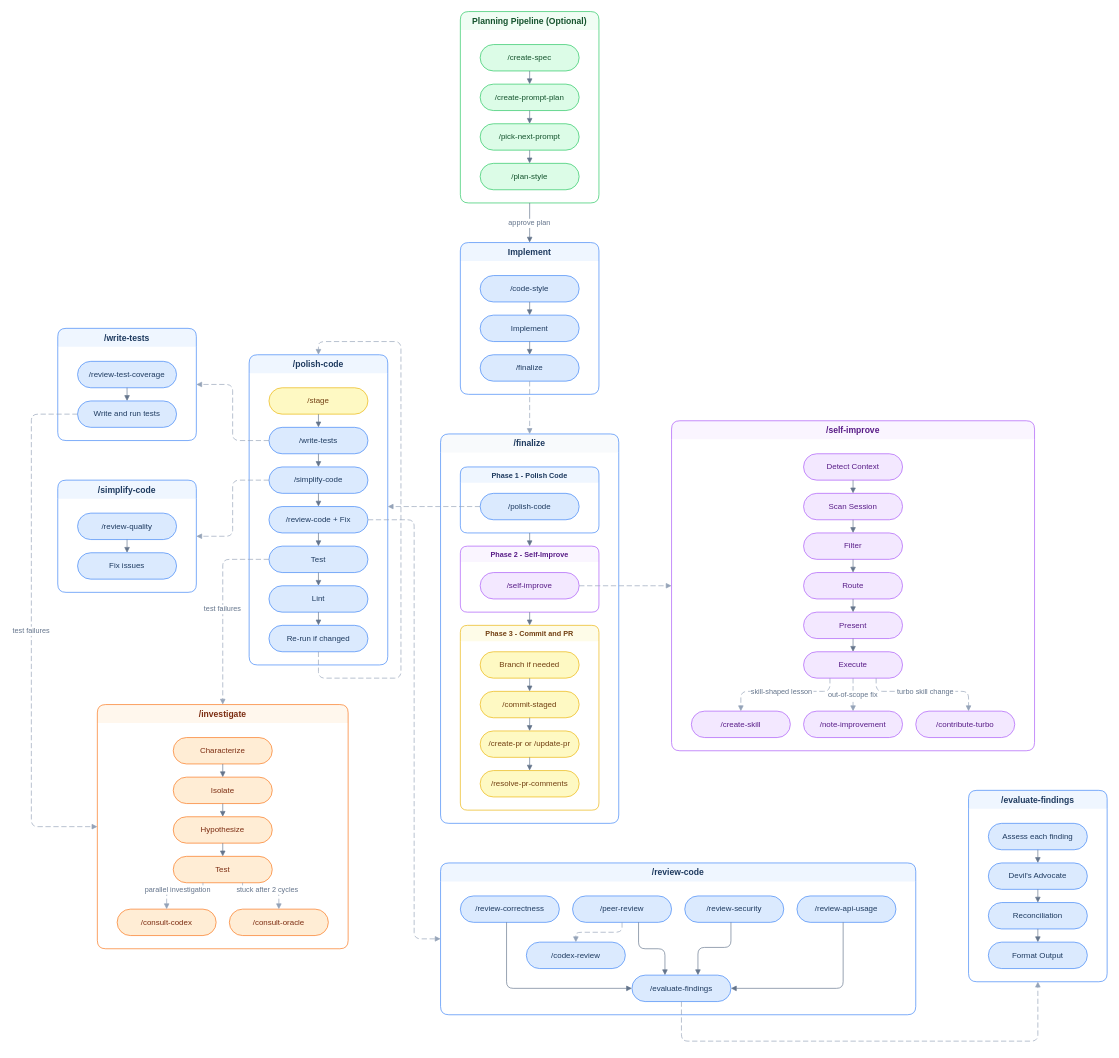
The draw.io diagram assets/how-skills-connect.drawio in nathan-hayashi/turbo, before the edit. Source tidied: cells renumbered, new cells numbered last; positions are measured from the earlier drawing's top-left corner, leaving out a move shared by most shapes. Both pictures are drawn from the tidied source at 66%, with x=0, y=0 at pixel (31, 11).
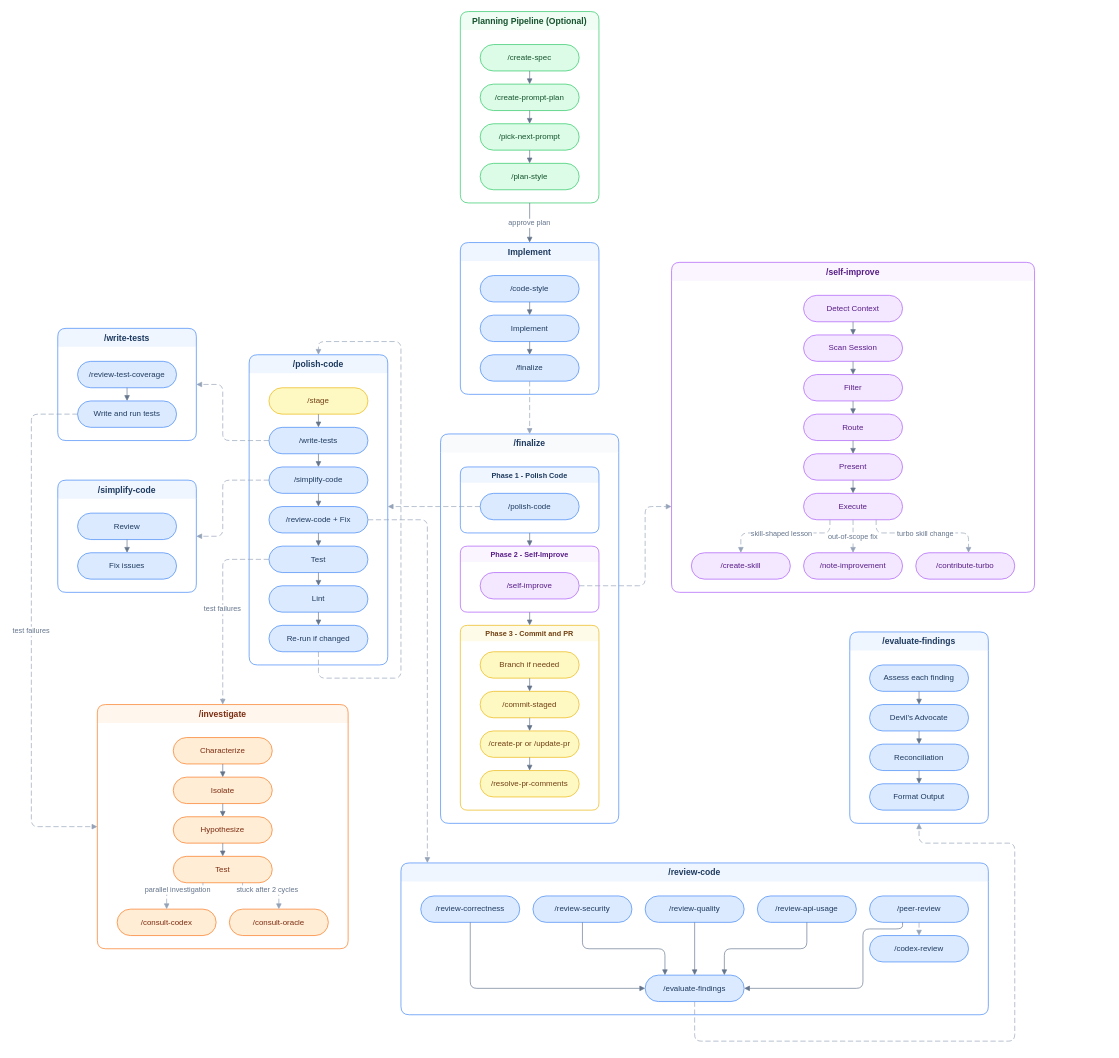
The same page after the edit.

Commit message (it also covers changes not shown here):
Rework /simplify-code as self-contained and /review-quality for cross-file analysis, add /review-quality to /review-code

The change refers to these unchanged cells:
```xml
<mxCell id="14" value="/self-improve" style="rounded=1;whiteSpace=wrap;html=1;arcSize=50;fillColor=#f3e8ff;strokeColor=#a855f7;fontColor=#581c87;fontSize=12;" parent="13" vertex="1">
  <mxGeometry x="30" y="40" width="150" height="40" as="geometry" />
</mxCell>
<mxCell id="27" value="/write-tests" style="rounded=1;whiteSpace=wrap;html=1;arcSize=50;fillColor=#dbeafe;strokeColor=#3b82f6;fontColor=#1e3a5f;fontSize=12;" parent="25" vertex="1">
  <mxGeometry x="30" y="110" width="150" height="40" as="geometry" />
</mxCell>
<mxCell id="28" value="/simplify-code" style="rounded=1;whiteSpace=wrap;html=1;arcSize=50;fillColor=#dbeafe;strokeColor=#3b82f6;fontColor=#1e3a5f;fontSize=12;" parent="25" vertex="1">
  <mxGeometry x="30" y="170" width="150" height="40" as="geometry" />
</mxCell>
<mxCell id="29" value="/review-code + Fix" style="rounded=1;whiteSpace=wrap;html=1;arcSize=50;fillColor=#dbeafe;strokeColor=#3b82f6;fontColor=#1e3a5f;fontSize=12;" parent="25" vertex="1">
  <mxGeometry x="30" y="230" width="150" height="40" as="geometry" />
</mxCell>
<mxCell id="58" value="/simplify-code" style="swimlane;startSize=28;rounded=1;fillColor=#eff6ff;strokeColor=#3b82f6;fontColor=#1e3a5f;fontStyle=1;fontSize=13;swimlaneLine=0;" parent="1" vertex="1">
  <mxGeometry x="40" y="710" width="210" height="170" as="geometry" />
</mxCell>
<mxCell id="62" value="/write-tests" style="swimlane;startSize=28;rounded=1;fillColor=#eff6ff;strokeColor=#3b82f6;fontColor=#1e3a5f;fontStyle=1;fontSize=13;swimlaneLine=0;" parent="1" vertex="1">
  <mxGeometry x="40" y="480" width="210" height="170" as="geometry" />
</mxCell>
<mxCell id="67" value="/review-correctness" style="rounded=1;whiteSpace=wrap;html=1;arcSize=50;fillColor=#dbeafe;strokeColor=#3b82f6;fontColor=#1e3a5f;fontSize=12;" parent="66" vertex="1">
  <mxGeometry x="30" y="50" width="150" height="40" as="geometry" />
</mxCell>
```

The edit, as a diff of the source:
```diff
@@
     <mxCell id="40" value="/self-improve" style="swimlane;startSize=28;rounded=1;fillColor=#faf5ff;strokeColor=#a855f7;fontColor=#581c87;fontStyle=1;fontSize=13;swimlaneLine=0;" parent="1" vertex="1">
-      <mxGeometry x="970" y="620" width="550" height="500" as="geometry" />
+      <mxGeometry x="970" y="380" width="550" height="500" as="geometry" />
     </mxCell>
@@
-    <mxCell id="59" value="/review-quality" style="rounded=1;whiteSpace=wrap;html=1;arcSize=50;fillColor=#dbeafe;strokeColor=#3b82f6;fontColor=#1e3a5f;fontSize=12;" parent="58" vertex="1">
+    <mxCell id="59" value="Review" style="rounded=1;whiteSpace=wrap;html=1;arcSize=50;fillColor=#dbeafe;strokeColor=#3b82f6;fontColor=#1e3a5f;fontSize=12;" parent="58" vertex="1">
       <mxGeometry x="30" y="50" width="150" height="40" as="geometry" />
     </mxCell>
@@
     <mxCell id="66" value="/review-code" style="swimlane;startSize=28;rounded=1;fillColor=#eff6ff;strokeColor=#3b82f6;fontColor=#1e3a5f;fontStyle=1;fontSize=13;swimlaneLine=0;" parent="1" vertex="1">
-      <mxGeometry x="620" y="1290" width="720" height="230" as="geometry" />
+      <mxGeometry x="560" y="1290" width="890" height="230" as="geometry" />
     </mxCell>
@@
     <mxCell id="68" value="/review-security" style="rounded=1;whiteSpace=wrap;html=1;arcSize=50;fillColor=#dbeafe;strokeColor=#3b82f6;fontColor=#1e3a5f;fontSize=12;" parent="66" vertex="1">
-      <mxGeometry x="370" y="50" width="150" height="40" as="geometry" />
+      <mxGeometry x="200" y="50" width="150" height="40" as="geometry" />
     </mxCell>
+    <mxCell id="114" value="/review-quality" style="rounded=1;whiteSpace=wrap;html=1;arcSize=50;fillColor=#dbeafe;strokeColor=#3b82f6;fontColor=#1e3a5f;fontSize=12;" parent="66" vertex="1">
+      <mxGeometry x="370" y="50" width="150" height="40" as="geometry" />
+    </mxCell>
+    <mxCell id="71" value="/review-api-usage" style="rounded=1;whiteSpace=wrap;html=1;arcSize=50;fillColor=#dbeafe;strokeColor=#3b82f6;fontColor=#1e3a5f;fontSize=12;" parent="66" vertex="1">
+      <mxGeometry x="540" y="50" width="150" height="40" as="geometry" />
+    </mxCell>
     <mxCell id="69" value="/peer-review" style="rounded=1;whiteSpace=wrap;html=1;arcSize=50;fillColor=#dbeafe;strokeColor=#3b82f6;fontColor=#1e3a5f;fontSize=12;" parent="66" vertex="1">
-      <mxGeometry x="200" y="50" width="150" height="40" as="geometry" />
+      <mxGeometry x="710" y="50" width="150" height="40" as="geometry" />
     </mxCell>
     <mxCell id="70" value="/codex-review" style="rounded=1;whiteSpace=wrap;html=1;arcSize=50;fillColor=#dbeafe;strokeColor=#3b82f6;fontColor=#1e3a5f;fontSize=12;" parent="66" vertex="1">
-      <mxGeometry x="130" y="120" width="150" height="40" as="geometry" />
+      <mxGeometry x="710" y="110" width="150" height="40" as="geometry" />
     </mxCell>
-    <mxCell id="71" value="/review-api-usage" style="rounded=1;whiteSpace=wrap;html=1;arcSize=50;fillColor=#dbeafe;strokeColor=#3b82f6;fontColor=#1e3a5f;fontSize=12;" parent="66" vertex="1">
-      <mxGeometry x="540" y="50" width="150" height="40" as="geometry" />
-    </mxCell>
     <mxCell id="72" value="/evaluate-findings" style="rounded=1;whiteSpace=wrap;html=1;arcSize=50;fillColor=#dbeafe;strokeColor=#3b82f6;fontColor=#1e3a5f;fontSize=12;" parent="66" vertex="1">
-      <mxGeometry x="290" y="170" width="150" height="40" as="geometry" />
+      <mxGeometry x="370" y="170" width="150" height="40" as="geometry" />
     </mxCell>
     <mxCell id="73" style="endArrow=block;endFill=1;rounded=1;edgeStyle=orthogonalEdgeStyle;strokeColor=#64748b;" parent="66" edge="1" source="67" target="72">
       <mxGeometry relative="1" as="geometry">
         <Array as="points">
-          <mxPoint x="100" y="190" />
+          <mxPoint x="105" y="190" />
         </Array>
       </mxGeometry>
     </mxCell>
     <mxCell id="74" style="endArrow=block;endFill=1;rounded=1;edgeStyle=orthogonalEdgeStyle;strokeColor=#64748b;" parent="66" edge="1" source="68" target="72">
       <mxGeometry relative="1" as="geometry">
         <Array as="points">
-          <mxPoint x="440" y="128" />
-          <mxPoint x="390" y="128" />
+          <mxPoint x="275" y="130" />
+          <mxPoint x="400" y="130" />
         </Array>
       </mxGeometry>
     </mxCell>
+    <mxCell id="115" style="endArrow=block;endFill=1;rounded=1;edgeStyle=orthogonalEdgeStyle;strokeColor=#64748b;" parent="66" edge="1" source="114" target="72">
+      <mxGeometry relative="1" as="geometry" />
+    </mxCell>
     <mxCell id="75" style="endArrow=block;endFill=1;rounded=1;edgeStyle=orthogonalEdgeStyle;strokeColor=#64748b;" parent="66" edge="1" source="71" target="72">
       <mxGeometry relative="1" as="geometry">
         <Array as="points">
-          <mxPoint x="610" y="190" />
+          <mxPoint x="615" y="130" />
+          <mxPoint x="490" y="130" />
         </Array>
       </mxGeometry>
     </mxCell>
@@
     <mxCell id="77" style="endArrow=block;endFill=1;rounded=1;edgeStyle=orthogonalEdgeStyle;strokeColor=#64748b;" parent="66" edge="1" source="69" target="72">
       <mxGeometry relative="1" as="geometry">
         <Array as="points">
-          <mxPoint x="300" y="130" />
-          <mxPoint x="340" y="130" />
+          <mxPoint x="760" y="100" />
+          <mxPoint x="700" y="100" />
+          <mxPoint x="700" y="190" />
         </Array>
       </mxGeometry>
     </mxCell>
     <mxCell id="78" value="/evaluate-findings" style="swimlane;startSize=28;rounded=1;fillColor=#eff6ff;strokeColor=#3b82f6;fontColor=#1e3a5f;fontStyle=1;fontSize=13;swimlaneLine=0;" parent="1" vertex="1">
-      <mxGeometry x="1420" y="1180" width="210" height="290" as="geometry" />
+      <mxGeometry x="1240" y="940" width="210" height="290" as="geometry" />
     </mxCell>
@@
     <mxCell id="107" style="dashed=1;dashPattern=8 4;endArrow=block;endFill=1;rounded=1;edgeStyle=orthogonalEdgeStyle;strokeColor=#94a3b8;fontSize=11;fontColor=#64748b;" parent="1" edge="1" source="14" target="40">
       <mxGeometry relative="1" as="geometry">
         <Array as="points">
-          <mxPoint x="940" y="870" />
-          <mxPoint x="940" y="870" />
+          <mxPoint x="930" y="870" />
+          <mxPoint x="930" y="750" />
         </Array>
       </mxGeometry>
     </mxCell>
@@
     <mxCell id="109" style="dashed=1;dashPattern=8 4;endArrow=block;endFill=1;rounded=1;edgeStyle=orthogonalEdgeStyle;strokeColor=#94a3b8;fontSize=11;fontColor=#64748b;" parent="1" edge="1" source="27" target="62">
-      <mxGeometry relative="1" as="geometry" />
+      <mxGeometry relative="1" as="geometry">
+        <Array as="points">
+          <mxPoint x="290" y="650" />
+          <mxPoint x="290" y="565" />
+        </Array>
+      </mxGeometry>
     </mxCell>
@@
     <mxCell id="111" style="dashed=1;dashPattern=8 4;endArrow=block;endFill=1;rounded=1;edgeStyle=orthogonalEdgeStyle;strokeColor=#94a3b8;fontSize=11;fontColor=#64748b;" parent="1" edge="1" source="28" target="58">
-      <mxGeometry relative="1" as="geometry" />
+      <mxGeometry relative="1" as="geometry">
+        <Array as="points">
+          <mxPoint x="290" y="710" />
+          <mxPoint x="290" y="795" />
+        </Array>
+      </mxGeometry>
     </mxCell>
     <mxCell id="112" style="dashed=1;dashPattern=8 4;endArrow=block;endFill=1;rounded=1;edgeStyle=orthogonalEdgeStyle;strokeColor=#94a3b8;fontSize=11;fontColor=#64748b;" parent="1" edge="1" source="29" target="66">
       <mxGeometry relative="1" as="geometry">
         <Array as="points">
-          <mxPoint x="580" y="770" />
-          <mxPoint x="580" y="1405" />
+          <mxPoint x="600" y="770" />
         </Array>
       </mxGeometry>
     </mxCell>
     <mxCell id="113" style="dashed=1;dashPattern=8 4;endArrow=block;endFill=1;rounded=1;edgeStyle=orthogonalEdgeStyle;strokeColor=#94a3b8;fontSize=11;fontColor=#64748b;" parent="1" edge="1" source="72" target="78">
       <mxGeometry relative="1" as="geometry">
         <Array as="points">
-          <mxPoint x="985" y="1560" />
-          <mxPoint x="1525" y="1560" />
+          <mxPoint x="1005" y="1560" />
+          <mxPoint x="1490" y="1560" />
+          <mxPoint x="1490" y="1260" />
+          <mxPoint x="1345" y="1260" />
         </Array>
       </mxGeometry>
     </mxCell>
```
